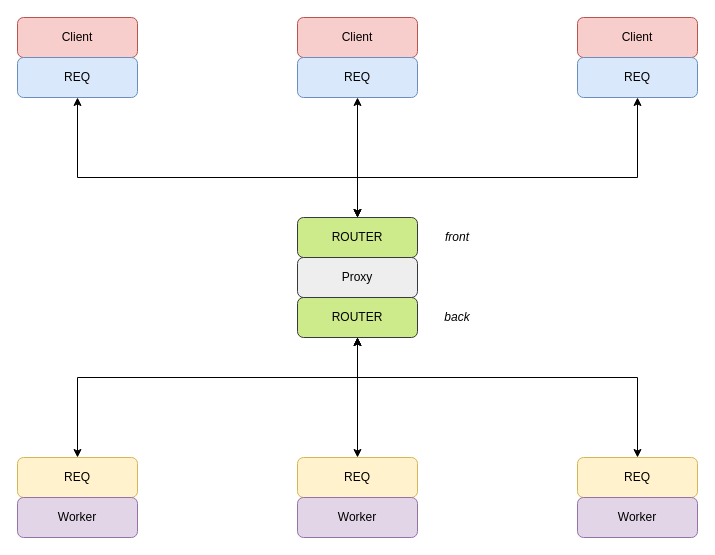
Earlier version of the draw.io diagram load_balancing_broker.drawio (da0p/diagram-notes). Source tidied: cells renumbered, new cells numbered last; positions are measured from the earlier drawing's top-left corner, leaving out a move shared by most shapes. Both pictures are drawn from the tidied source at 100%, with x=0, y=0 at pixel (17, 17).
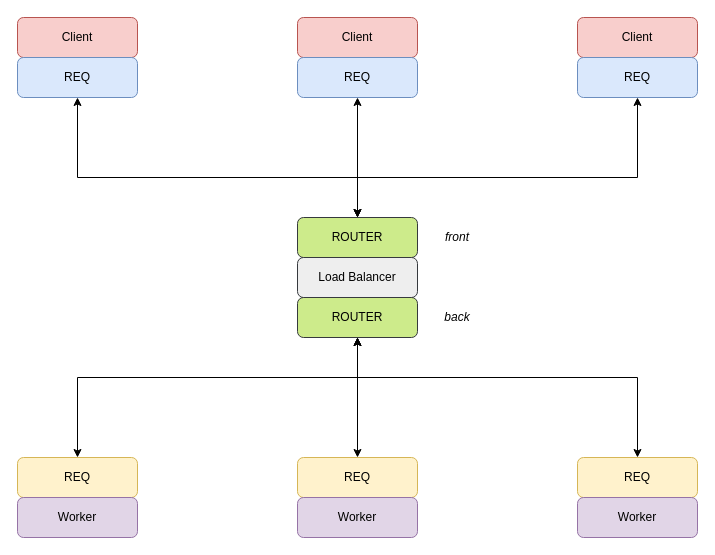
The same diagram, later.

Change to the diagram source:
```diff
@@
-    <mxCell id="9" value="Proxy" style="rounded=1;whiteSpace=wrap;html=1;fillColor=#eeeeee;strokeColor=#36393d;" parent="1" vertex="1">
+    <mxCell id="9" value="Load Balancer" style="rounded=1;whiteSpace=wrap;html=1;fillColor=#eeeeee;strokeColor=#36393d;" parent="1" vertex="1">
       <mxGeometry x="280" y="240" width="120" height="40" as="geometry" />
     </mxCell>
```
